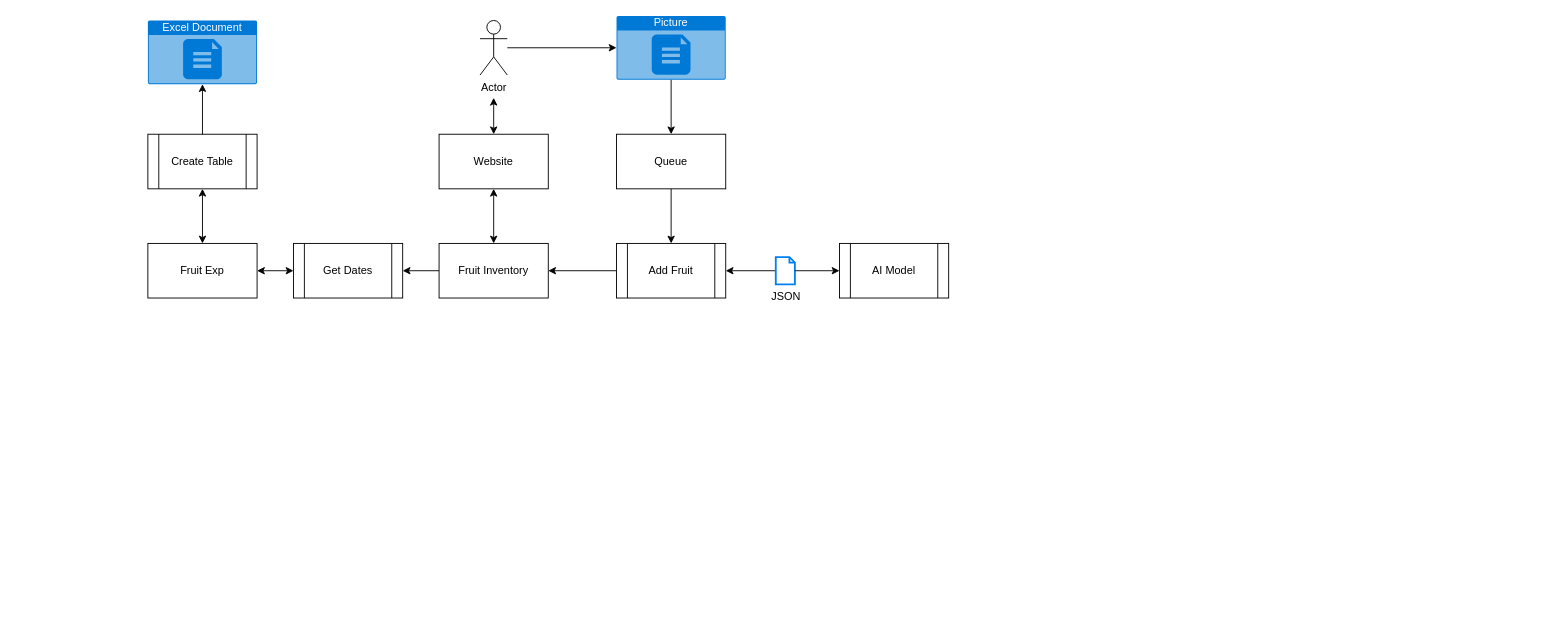
Before: highlevel goal.drawio in houstonbobby18/Computer_Architecture_Final, a draw.io diagram. Source tidied: cells renumbered, new cells numbered last; positions are measured from the earlier drawing's top-left corner, leaving out a move shared by most shapes. Both pictures are drawn from the tidied source at 91%, with x=0, y=0 at pixel (147, 15).
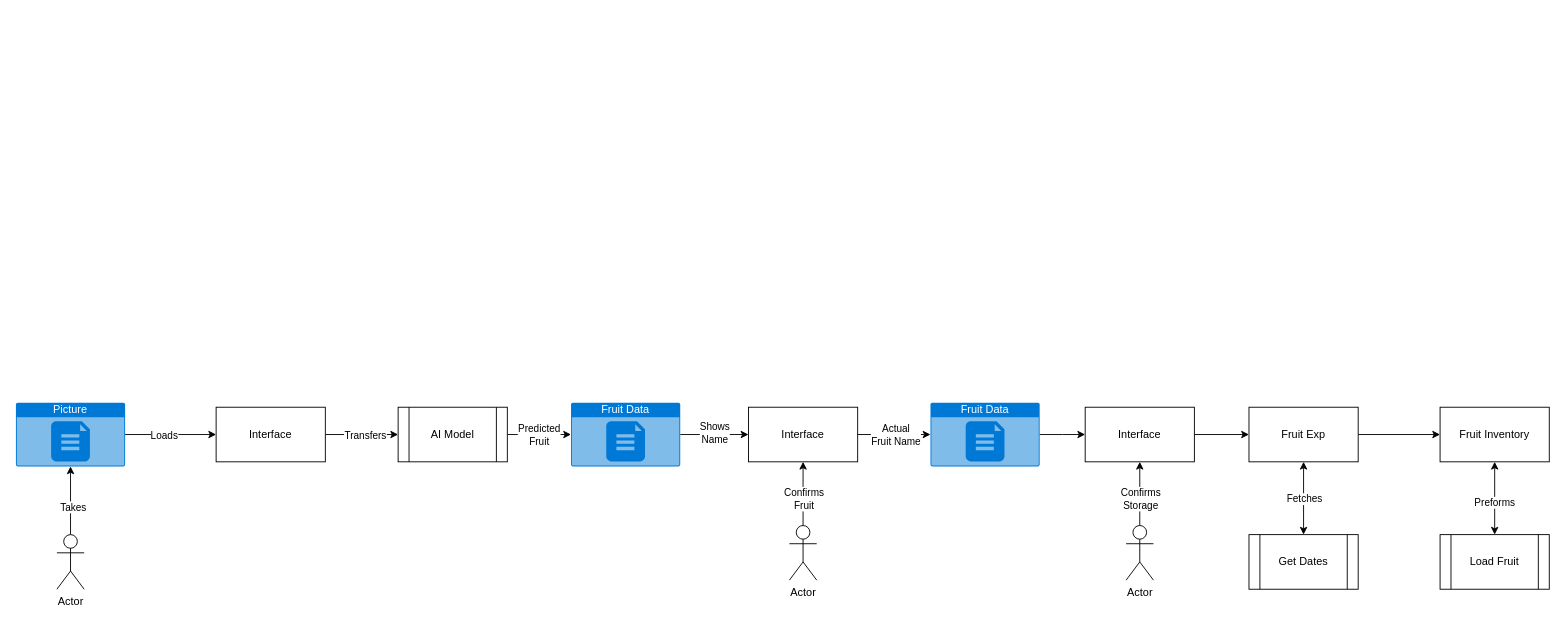
Above is the later version.

The edit, as a diff of the source:
```diff
@@
+    <mxCell id="26" style="edgeStyle=orthogonalEdgeStyle;rounded=0;jettySize=auto;html=1;" parent="1" edge="1" source="2" target="36">
+      <mxGeometry relative="1" as="geometry" />
+    </mxCell>
+    <mxCell id="27" value="Predicted&lt;div&gt;Fruit&lt;/div&gt;" style="edgeLabel;html=1;align=center;verticalAlign=middle;" parent="26" vertex="1">
+      <mxGeometry x="-0.03" relative="1" as="geometry" />
+    </mxCell>
     <mxCell id="2" value="AI Model" style="shape=process;whiteSpace=wrap;html=1;backgroundOutline=1;" parent="1" vertex="1">
-      <mxGeometry x="760" y="250" width="120" height="60" as="geometry" />
+      <mxGeometry x="275" y="430" width="120" height="60" as="geometry" />
     </mxCell>
-    <mxCell id="3" style="edgeStyle=orthogonalEdgeStyle;rounded=0;jettySize=auto;html=1;entryX=1;entryY=0.5;entryDx=0;entryDy=0;" parent="1" edge="1" source="4" target="7">
-      <mxGeometry relative="1" as="geometry" />
-    </mxCell>
-    <mxCell id="4" value="JSON" style="html=1;verticalLabelPosition=bottom;align=center;labelBackgroundColor=#ffffff;verticalAlign=top;strokeWidth=2;strokeColor=#0080F0;shadow=0;dashed=0;shape=mxgraph.ios7.icons.document;" parent="1" vertex="1">
-      <mxGeometry x="690" y="265" width="21" height="30" as="geometry" />
-    </mxCell>
-    <mxCell id="5" style="edgeStyle=orthogonalEdgeStyle;rounded=0;jettySize=auto;html=1;entryX=0;entryY=0.5;entryDx=0;entryDy=0;" parent="1" edge="1" source="4" target="2">
-      <mxGeometry relative="1" as="geometry" />
-    </mxCell>
-    <mxCell id="6" style="edgeStyle=orthogonalEdgeStyle;rounded=0;jettySize=auto;html=1;entryX=1;entryY=0.5;entryDx=0;entryDy=0;" parent="1" edge="1" source="7" target="12">
-      <mxGeometry relative="1" as="geometry" />
-    </mxCell>
-    <mxCell id="7" value="Add Fruit" style="shape=process;whiteSpace=wrap;html=1;backgroundOutline=1;" parent="1" vertex="1">
-      <mxGeometry x="515" y="250" width="120" height="60" as="geometry" />
-    </mxCell>
-    <mxCell id="8" style="edgeStyle=orthogonalEdgeStyle;rounded=0;jettySize=auto;html=1;entryX=1;entryY=0.5;entryDx=0;entryDy=0;startArrow=classic;startFill=1;" parent="1" edge="1" source="9" target="13">
-      <mxGeometry relative="1" as="geometry" />
-    </mxCell>
+    <mxCell id="20" style="edgeStyle=orthogonalEdgeStyle;rounded=0;jettySize=auto;html=1;entryX=0.5;entryY=1;entryDx=0;entryDy=0;entryPerimeter=0;" parent="1" edge="1" source="16" target="19">
+      <mxGeometry relative="1" as="geometry" />
+    </mxCell>
+    <mxCell id="28" value="Takes" style="edgeLabel;html=1;align=center;verticalAlign=middle;" parent="20" vertex="1">
+      <mxGeometry x="-0.18" y="-2" relative="1" as="geometry" />
+    </mxCell>
+    <mxCell id="16" value="Actor" style="shape=umlActor;verticalLabelPosition=bottom;verticalAlign=top;html=1;outlineConnect=0;" parent="1" vertex="1">
+      <mxGeometry x="-100" y="570" width="30" height="60" as="geometry" />
+    </mxCell>
+    <mxCell id="29" style="edgeStyle=orthogonalEdgeStyle;rounded=0;jettySize=auto;html=1;" parent="1" edge="1" source="19" target="33">
+      <mxGeometry relative="1" as="geometry" />
+    </mxCell>
+    <mxCell id="30" value="Loads" style="edgeLabel;html=1;align=center;verticalAlign=middle;" parent="29" vertex="1">
+      <mxGeometry x="-0.16" relative="1" as="geometry" />
+    </mxCell>
+    <mxCell id="19" value="Picture" style="html=1;whiteSpace=wrap;strokeColor=none;fillColor=#0079D6;labelPosition=center;verticalLabelPosition=middle;verticalAlign=top;align=center;fontSize=12;outlineConnect=0;spacingTop=-6;fontColor=#FFFFFF;sketch=0;shape=mxgraph.sitemap.document;" parent="1" vertex="1">
+      <mxGeometry x="-145" y="425" width="120" height="70" as="geometry" />
+    </mxCell>
+    <mxCell id="31" style="edgeStyle=orthogonalEdgeStyle;rounded=0;jettySize=auto;html=1;entryX=0;entryY=0.5;entryDx=0;entryDy=0;" parent="1" edge="1" source="33" target="2">
+      <mxGeometry relative="1" as="geometry" />
+    </mxCell>
+    <mxCell id="32" value="Transfers" style="edgeLabel;html=1;align=center;verticalAlign=middle;" parent="31" vertex="1">
+      <mxGeometry x="0.07" y="4" relative="1" as="geometry">
+        <mxPoint y="4" as="offset" />
+      </mxGeometry>
+    </mxCell>
+    <mxCell id="33" value="Interface" style="rounded=0;whiteSpace=wrap;html=1;" parent="1" vertex="1">
+      <mxGeometry x="75" y="430" width="120" height="60" as="geometry" />
+    </mxCell>
+    <mxCell id="34" style="edgeStyle=orthogonalEdgeStyle;rounded=0;jettySize=auto;html=1;entryX=0;entryY=0.5;entryDx=0;entryDy=0;" parent="1" edge="1" source="36" target="40">
+      <mxGeometry relative="1" as="geometry" />
+    </mxCell>
+    <mxCell id="35" value="Shows&lt;div&gt;Name&lt;/div&gt;" style="edgeLabel;html=1;align=center;verticalAlign=middle;" parent="34" vertex="1">
+      <mxGeometry x="-0.01" y="2" relative="1" as="geometry" />
+    </mxCell>
+    <mxCell id="36" value="Fruit Data" style="html=1;whiteSpace=wrap;strokeColor=none;fillColor=#0079D6;labelPosition=center;verticalLabelPosition=middle;verticalAlign=top;align=center;fontSize=12;outlineConnect=0;spacingTop=-6;fontColor=#FFFFFF;sketch=0;shape=mxgraph.sitemap.document;" parent="1" vertex="1">
+      <mxGeometry x="465" y="425" width="120" height="70" as="geometry" />
+    </mxCell>
+    <mxCell id="37" style="edgeStyle=orthogonalEdgeStyle;rounded=0;jettySize=auto;html=1;entryX=0.5;entryY=1;entryDx=0;entryDy=0;" parent="1" edge="1" source="39" target="40">
+      <mxGeometry relative="1" as="geometry" />
+    </mxCell>
+    <mxCell id="38" value="Confirms&lt;div&gt;Fruit&lt;/div&gt;" style="edgeLabel;html=1;align=center;verticalAlign=middle;" parent="37" vertex="1">
+      <mxGeometry x="-0.13" y="-3" relative="1" as="geometry">
+        <mxPoint x="-3" as="offset" />
+      </mxGeometry>
+    </mxCell>
+    <mxCell id="39" value="Actor" style="shape=umlActor;verticalLabelPosition=bottom;verticalAlign=top;html=1;outlineConnect=0;" parent="1" vertex="1">
+      <mxGeometry x="705" y="560" width="30" height="60" as="geometry" />
+    </mxCell>
+    <mxCell id="40" value="Interface" style="rounded=0;whiteSpace=wrap;html=1;" parent="1" vertex="1">
+      <mxGeometry x="660" y="430" width="120" height="60" as="geometry" />
+    </mxCell>
+    <mxCell id="41" style="edgeStyle=orthogonalEdgeStyle;rounded=0;jettySize=auto;html=1;" parent="1" edge="1" source="42">
+      <mxGeometry relative="1" as="geometry">
+        <mxPoint x="1030" y="460" as="targetPoint" />
+      </mxGeometry>
+    </mxCell>
+    <mxCell id="42" value="Fruit Data" style="html=1;whiteSpace=wrap;strokeColor=none;fillColor=#0079D6;labelPosition=center;verticalLabelPosition=middle;verticalAlign=top;align=center;fontSize=12;outlineConnect=0;spacingTop=-6;fontColor=#FFFFFF;sketch=0;shape=mxgraph.sitemap.document;" parent="1" vertex="1">
+      <mxGeometry x="860" y="425" width="120" height="70" as="geometry" />
+    </mxCell>
+    <mxCell id="43" style="edgeStyle=orthogonalEdgeStyle;rounded=0;jettySize=auto;html=1;entryX=0;entryY=0.5;entryDx=0;entryDy=0;entryPerimeter=0;" parent="1" edge="1" source="40" target="42">
+      <mxGeometry relative="1" as="geometry" />
+    </mxCell>
+    <mxCell id="44" value="Actual&lt;div&gt;Fruit Name&lt;/div&gt;" style="edgeLabel;html=1;align=center;verticalAlign=middle;" parent="43" vertex="1">
+      <mxGeometry x="0.03" relative="1" as="geometry" />
+    </mxCell>
     <mxCell id="9" value="Get Dates" style="shape=process;whiteSpace=wrap;html=1;backgroundOutline=1;" parent="1" vertex="1">
-      <mxGeometry x="160" y="250" width="120" height="60" as="geometry" />
+      <mxGeometry x="1210" y="570" width="120" height="60" as="geometry" />
     </mxCell>
-    <mxCell id="10" style="edgeStyle=orthogonalEdgeStyle;rounded=0;jettySize=auto;html=1;" parent="1" edge="1" source="12" target="9">
-      <mxGeometry relative="1" as="geometry" />
-    </mxCell>
-    <mxCell id="11" style="edgeStyle=orthogonalEdgeStyle;rounded=0;jettySize=auto;html=1;entryX=0.5;entryY=1;entryDx=0;entryDy=0;startArrow=classic;startFill=1;" parent="1" edge="1" source="12" target="24">
-      <mxGeometry relative="1" as="geometry" />
-    </mxCell>
+    <mxCell id="45" style="edgeStyle=orthogonalEdgeStyle;rounded=0;jettySize=auto;html=1;startArrow=classic;startFill=1;" parent="1" edge="1" source="12" target="50">
+      <mxGeometry relative="1" as="geometry" />
+    </mxCell>
+    <mxCell id="46" value="Preforms" style="edgeLabel;html=1;align=center;verticalAlign=middle;" parent="45" vertex="1">
+      <mxGeometry x="0.09" y="-1" relative="1" as="geometry" />
+    </mxCell>
     <mxCell id="12" value="Fruit Inventory" style="rounded=0;whiteSpace=wrap;html=1;" parent="1" vertex="1">
-      <mxGeometry x="320" y="250" width="120" height="60" as="geometry" />
+      <mxGeometry x="1420" y="430" width="120" height="60" as="geometry" />
     </mxCell>
+    <mxCell id="47" style="edgeStyle=orthogonalEdgeStyle;rounded=0;jettySize=auto;html=1;startArrow=classic;startFill=1;" parent="1" edge="1" source="13" target="9">
+      <mxGeometry relative="1" as="geometry" />
+    </mxCell>
+    <mxCell id="48" value="Fetches" style="edgeLabel;html=1;align=center;verticalAlign=middle;" parent="47" vertex="1">
+      <mxGeometry x="0.5" relative="1" as="geometry">
+        <mxPoint y="-20" as="offset" />
+      </mxGeometry>
+    </mxCell>
+    <mxCell id="49" style="edgeStyle=orthogonalEdgeStyle;rounded=0;jettySize=auto;html=1;entryX=0;entryY=0.5;entryDx=0;entryDy=0;" parent="1" edge="1" source="13" target="12">
+      <mxGeometry relative="1" as="geometry" />
+    </mxCell>
     <mxCell id="13" value="Fruit Exp" style="rounded=0;whiteSpace=wrap;html=1;" parent="1" vertex="1">
-      <mxGeometry y="250" width="120" height="60" as="geometry" />
+      <mxGeometry x="1210" y="430" width="120" height="60" as="geometry" />
     </mxCell>
-    <mxCell id="14" style="edgeStyle=orthogonalEdgeStyle;rounded=0;jettySize=auto;html=1;startArrow=classic;startFill=1;" parent="1" edge="1" source="15" target="13">
-      <mxGeometry relative="1" as="geometry" />
-    </mxCell>
-    <mxCell id="15" value="Create Table" style="shape=process;whiteSpace=wrap;html=1;backgroundOutline=1;" parent="1" vertex="1">
-      <mxGeometry y="130" width="120" height="60" as="geometry" />
-    </mxCell>
-    <mxCell id="16" value="Actor" style="shape=umlActor;verticalLabelPosition=bottom;verticalAlign=top;html=1;outlineConnect=0;" parent="1" vertex="1">
-      <mxGeometry x="365" y="5" width="30" height="60" as="geometry" />
-    </mxCell>
-    <mxCell id="17" value="Excel Document" style="html=1;whiteSpace=wrap;strokeColor=none;fillColor=#0079D6;labelPosition=center;verticalLabelPosition=middle;verticalAlign=top;align=center;fontSize=12;outlineConnect=0;spacingTop=-6;fontColor=#FFFFFF;sketch=0;shape=mxgraph.sitemap.document;" parent="1" vertex="1">
-      <mxGeometry y="5" width="120" height="70" as="geometry" />
-    </mxCell>
-    <mxCell id="18" style="edgeStyle=orthogonalEdgeStyle;rounded=0;jettySize=auto;html=1;" parent="1" edge="1" source="19" target="22">
-      <mxGeometry relative="1" as="geometry" />
-    </mxCell>
-    <mxCell id="19" value="Picture" style="html=1;whiteSpace=wrap;strokeColor=none;fillColor=#0079D6;labelPosition=center;verticalLabelPosition=middle;verticalAlign=top;align=center;fontSize=12;outlineConnect=0;spacingTop=-6;fontColor=#FFFFFF;sketch=0;shape=mxgraph.sitemap.document;" parent="1" vertex="1">
-      <mxGeometry x="515" width="120" height="70" as="geometry" />
-    </mxCell>
-    <mxCell id="20" style="edgeStyle=orthogonalEdgeStyle;rounded=0;jettySize=auto;html=1;entryX=0;entryY=0.5;entryDx=0;entryDy=0;entryPerimeter=0;" parent="1" edge="1" source="16" target="19">
-      <mxGeometry relative="1" as="geometry" />
-    </mxCell>
-    <mxCell id="21" style="edgeStyle=orthogonalEdgeStyle;rounded=0;jettySize=auto;html=1;" parent="1" edge="1" source="22" target="7">
-      <mxGeometry relative="1" as="geometry" />
-    </mxCell>
-    <mxCell id="22" value="Queue" style="rounded=0;whiteSpace=wrap;html=1;" parent="1" vertex="1">
-      <mxGeometry x="515" y="130" width="120" height="60" as="geometry" />
-    </mxCell>
-    <mxCell id="23" style="edgeStyle=orthogonalEdgeStyle;rounded=0;jettySize=auto;html=1;startArrow=classic;startFill=1;" parent="1" edge="1" source="24">
-      <mxGeometry relative="1" as="geometry">
-        <mxPoint x="380" y="90" as="targetPoint" />
-      </mxGeometry>
-    </mxCell>
-    <mxCell id="24" value="Website" style="rounded=0;whiteSpace=wrap;html=1;" parent="1" vertex="1">
-      <mxGeometry x="320" y="130" width="120" height="60" as="geometry" />
-    </mxCell>
-    <mxCell id="25" style="edgeStyle=orthogonalEdgeStyle;rounded=0;jettySize=auto;html=1;entryX=0.5;entryY=1;entryDx=0;entryDy=0;entryPerimeter=0;" parent="1" edge="1" source="15" target="17">
-      <mxGeometry relative="1" as="geometry" />
-    </mxCell>
+    <mxCell id="50" value="Load Fruit" style="shape=process;whiteSpace=wrap;html=1;backgroundOutline=1;" parent="1" vertex="1">
+      <mxGeometry x="1420" y="570" width="120" height="60" as="geometry" />
+    </mxCell>
+    <mxCell id="51" style="edgeStyle=orthogonalEdgeStyle;rounded=0;jettySize=auto;html=1;entryX=0.5;entryY=1;entryDx=0;entryDy=0;" parent="1" edge="1" source="53" target="55">
+      <mxGeometry relative="1" as="geometry" />
+    </mxCell>
+    <mxCell id="52" value="Confirms&lt;div&gt;Storage&lt;/div&gt;" style="edgeLabel;html=1;align=center;verticalAlign=middle;" parent="51" vertex="1">
+      <mxGeometry x="-0.13" y="-3" relative="1" as="geometry">
+        <mxPoint x="-3" as="offset" />
+      </mxGeometry>
+    </mxCell>
+    <mxCell id="53" value="Actor" style="shape=umlActor;verticalLabelPosition=bottom;verticalAlign=top;html=1;outlineConnect=0;" parent="1" vertex="1">
+      <mxGeometry x="1075" y="560" width="30" height="60" as="geometry" />
+    </mxCell>
+    <mxCell id="54" style="edgeStyle=orthogonalEdgeStyle;rounded=0;jettySize=auto;html=1;" parent="1" edge="1" source="55" target="13">
+      <mxGeometry relative="1" as="geometry" />
+    </mxCell>
+    <mxCell id="55" value="Interface" style="rounded=0;whiteSpace=wrap;html=1;" parent="1" vertex="1">
+      <mxGeometry x="1030" y="430" width="120" height="60" as="geometry" />
+    </mxCell>
```
